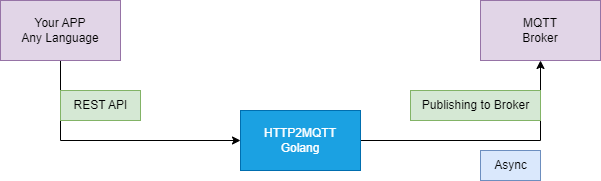
Earlier version of the draw.io export MQTT.png (azep-engineering/go-mqtt-publisher). Source tidied: cells renumbered, new cells last; positions are measured from the earlier drawing's top-left corner, leaving out a move shared by most shapes. Source of this version:
```xml
<mxGraphModel>
  <root>
    <mxCell id="0" />
    <mxCell id="1" parent="0" />
    <mxCell id="2" style="edgeStyle=orthogonalEdgeStyle;rounded=0;jettySize=auto;html=1;exitX=0.5;exitY=1;exitDx=0;exitDy=0;entryX=0;entryY=0.5;entryDx=0;entryDy=0;" parent="1" edge="1" source="3" target="6">
      <mxGeometry relative="1" as="geometry" />
    </mxCell>
    <mxCell id="3" value="Your APP&lt;br&gt;Any Language" style="rounded=0;whiteSpace=wrap;html=1;fillColor=#e1d5e7;strokeColor=#9673a6;" parent="1" vertex="1">
      <mxGeometry width="120" height="60" as="geometry" />
    </mxCell>
    <mxCell id="4" value="MQTT&lt;br&gt;Broker" style="rounded=0;whiteSpace=wrap;html=1;fillColor=#e1d5e7;strokeColor=#9673a6;" parent="1" vertex="1">
      <mxGeometry x="480" width="120" height="60" as="geometry" />
    </mxCell>
    <mxCell id="5" style="edgeStyle=orthogonalEdgeStyle;rounded=0;jettySize=auto;html=1;exitX=1;exitY=0.5;exitDx=0;exitDy=0;entryX=0.5;entryY=1;entryDx=0;entryDy=0;" parent="1" edge="1" source="6" target="4">
      <mxGeometry relative="1" as="geometry" />
    </mxCell>
    <mxCell id="6" value="HTTP2MQTT&lt;br&gt;Golang" style="rounded=0;whiteSpace=wrap;html=1;fillColor=#1ba1e2;strokeColor=#006EAF;fontColor=#ffffff;" parent="1" vertex="1">
      <mxGeometry x="240" y="110" width="120" height="60" as="geometry" />
    </mxCell>
    <mxCell id="7" value="REST API" style="text;html=1;align=center;verticalAlign=middle;strokeColor=#82b366;fillColor=#d5e8d4;" parent="1" vertex="1">
      <mxGeometry x="60" y="90" width="80" height="30" as="geometry" />
    </mxCell>
    <mxCell id="8" value="Publishing to Broker" style="text;html=1;align=center;verticalAlign=middle;strokeColor=#82b366;fillColor=#d5e8d4;" parent="1" vertex="1">
      <mxGeometry x="410" y="90" width="130" height="30" as="geometry" />
    </mxCell>
    <mxCell id="9" value="Async" style="text;html=1;align=center;verticalAlign=middle;strokeColor=#6c8ebf;fillColor=#dae8fc;" parent="1" vertex="1">
      <mxGeometry x="480" y="150" width="60" height="30" as="geometry" />
    </mxCell>
  </root>
</mxGraphModel>
```
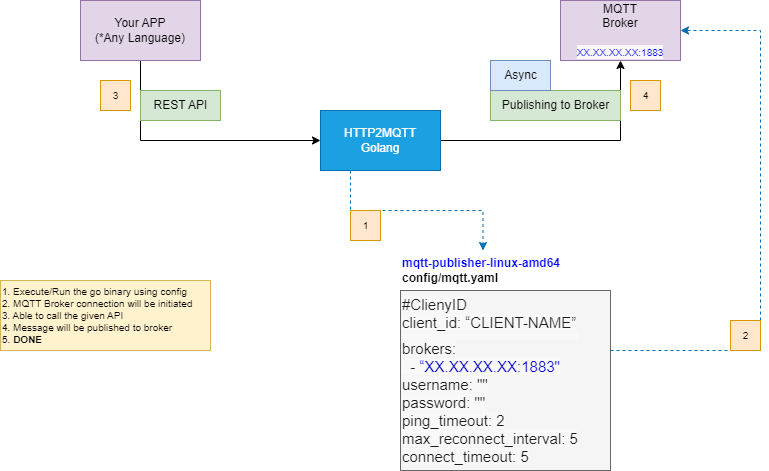
The same file after the commit.

What changed in the source:
```diff
@@ -5,15 +5,18 @@
     <mxCell id="2" style="edgeStyle=orthogonalEdgeStyle;rounded=0;jettySize=auto;html=1;exitX=0.5;exitY=1;exitDx=0;exitDy=0;entryX=0;entryY=0.5;entryDx=0;entryDy=0;" parent="1" edge="1" source="3" target="6">
       <mxGeometry relative="1" as="geometry" />
     </mxCell>
-    <mxCell id="3" value="Your APP&lt;br&gt;Any Language" style="rounded=0;whiteSpace=wrap;html=1;fillColor=#e1d5e7;strokeColor=#9673a6;" parent="1" vertex="1">
+    <mxCell id="3" value="Your APP&lt;br&gt;(*Any Language)" style="rounded=0;whiteSpace=wrap;html=1;fillColor=#e1d5e7;strokeColor=#9673a6;" parent="1" vertex="1">
       <mxGeometry width="120" height="60" as="geometry" />
     </mxCell>
-    <mxCell id="4" value="MQTT&lt;br&gt;Broker" style="rounded=0;whiteSpace=wrap;html=1;fillColor=#e1d5e7;strokeColor=#9673a6;" parent="1" vertex="1">
+    <mxCell id="4" value="MQTT&lt;br&gt;Broker&lt;br&gt;&lt;br&gt;&lt;span style=&quot;font-family: Slack-Lato, Slack-Fractions, appleLogo, sans-serif; font-variant-ligatures: common-ligatures; text-align: left; background-color: rgb(248, 248, 248);&quot;&gt;&lt;font color=&quot;#0000ff&quot; style=&quot;font-size: 10px;&quot;&gt;XX.XX.XX.XX:1883&lt;/font&gt;&lt;/span&gt;" style="rounded=0;whiteSpace=wrap;html=1;fillColor=#e1d5e7;strokeColor=#9673a6;" parent="1" vertex="1">
       <mxGeometry x="480" width="120" height="60" as="geometry" />
     </mxCell>
     <mxCell id="5" style="edgeStyle=orthogonalEdgeStyle;rounded=0;jettySize=auto;html=1;exitX=1;exitY=0.5;exitDx=0;exitDy=0;entryX=0.5;entryY=1;entryDx=0;entryDy=0;" parent="1" edge="1" source="6" target="4">
       <mxGeometry relative="1" as="geometry" />
     </mxCell>
+    <mxCell id="10" style="edgeStyle=orthogonalEdgeStyle;rounded=0;jettySize=auto;html=1;exitX=0.25;exitY=1;exitDx=0;exitDy=0;entryX=0.5;entryY=0;entryDx=0;entryDy=0;dashed=1;fillColor=#1ba1e2;strokeColor=#006EAF;" parent="1" edge="1" source="6" target="11">
+      <mxGeometry relative="1" as="geometry" />
+    </mxCell>
     <mxCell id="6" value="HTTP2MQTT&lt;br&gt;Golang" style="rounded=0;whiteSpace=wrap;html=1;fillColor=#1ba1e2;strokeColor=#006EAF;fontColor=#ffffff;" parent="1" vertex="1">
       <mxGeometry x="240" y="110" width="120" height="60" as="geometry" />
     </mxCell>
@@ -24,7 +27,36 @@
       <mxGeometry x="410" y="90" width="130" height="30" as="geometry" />
     </mxCell>
     <mxCell id="9" value="Async" style="text;html=1;align=center;verticalAlign=middle;strokeColor=#6c8ebf;fillColor=#dae8fc;" parent="1" vertex="1">
-      <mxGeometry x="480" y="150" width="60" height="30" as="geometry" />
+      <mxGeometry x="410" y="60" width="60" height="30" as="geometry" />
     </mxCell>
+    <mxCell id="11" value="&lt;font color=&quot;#0000ff&quot;&gt;&lt;b&gt;mqtt-publisher-linux-amd64&lt;br&gt;&lt;/b&gt;&lt;/font&gt;&lt;b&gt;config/mqtt.yaml&lt;/b&gt;" style="text;html=1;strokeColor=none;fillColor=none;align=left;verticalAlign=middle;whiteSpace=wrap;rounded=0;" parent="1" vertex="1">
+      <mxGeometry x="320" y="250" width="165" height="40" as="geometry" />
+    </mxCell>
+    <mxCell id="12" style="edgeStyle=orthogonalEdgeStyle;rounded=0;jettySize=auto;html=1;exitX=1;exitY=0.5;exitDx=0;exitDy=0;entryX=1;entryY=0.5;entryDx=0;entryDy=0;fontSize=10;fontColor=#0000FF;dashed=1;fillColor=#1ba1e2;strokeColor=#006EAF;" parent="1" edge="1" source="13" target="4">
+      <mxGeometry relative="1" as="geometry">
+        <Array as="points">
+          <mxPoint x="680" y="350" />
+          <mxPoint x="680" y="30" />
+        </Array>
+      </mxGeometry>
+    </mxCell>
+    <mxCell id="13" value="&lt;span style=&quot;color: rgb(29, 28, 29); font-family: Slack-Lato, Slack-Fractions, appleLogo, sans-serif; font-size: 15px; font-variant-ligatures: common-ligatures; background-color: rgb(248, 248, 248);&quot;&gt;#ClienyID&lt;/span&gt;&lt;br style=&quot;box-sizing: inherit; color: rgb(29, 28, 29); font-family: Slack-Lato, Slack-Fractions, appleLogo, sans-serif; font-size: 15px; font-variant-ligatures: common-ligatures; background-color: rgb(248, 248, 248);&quot;&gt;&lt;span style=&quot;color: rgb(29, 28, 29); font-family: Slack-Lato, Slack-Fractions, appleLogo, sans-serif; font-size: 15px; font-variant-ligatures: common-ligatures; background-color: rgb(248, 248, 248);&quot;&gt;client_id: “CLIENT-NAME”&lt;/span&gt;&lt;span style=&quot;box-sizing: inherit; display: block; height: 8px; color: rgb(29, 28, 29); font-family: Slack-Lato, Slack-Fractions, appleLogo, sans-serif; font-size: 15px; font-variant-ligatures: common-ligatures; background-color: rgb(248, 248, 248);&quot; class=&quot;c-mrkdwn__br&quot; aria-label=&quot;&quot;&gt;&lt;/span&gt;&lt;span style=&quot;color: rgb(29, 28, 29); font-family: Slack-Lato, Slack-Fractions, appleLogo, sans-serif; font-size: 15px; font-variant-ligatures: common-ligatures; background-color: rgb(248, 248, 248);&quot;&gt;brokers:&lt;/span&gt;&lt;br style=&quot;box-sizing: inherit; color: rgb(29, 28, 29); font-family: Slack-Lato, Slack-Fractions, appleLogo, sans-serif; font-size: 15px; font-variant-ligatures: common-ligatures; background-color: rgb(248, 248, 248);&quot;&gt;&lt;span style=&quot;color: rgb(29, 28, 29); font-family: Slack-Lato, Slack-Fractions, appleLogo, sans-serif; font-size: 15px; font-variant-ligatures: common-ligatures; background-color: rgb(248, 248, 248);&quot;&gt;&amp;nbsp;&amp;nbsp;- &lt;/span&gt;&lt;span style=&quot;font-family: Slack-Lato, Slack-Fractions, appleLogo, sans-serif; font-size: 15px; font-variant-ligatures: common-ligatures; background-color: rgb(248, 248, 248);&quot;&gt;&lt;font color=&quot;#0000cc&quot;&gt;“XX.XX.XX.XX:1883&quot;&lt;/font&gt;&lt;/span&gt;&lt;br style=&quot;box-sizing: inherit; color: rgb(29, 28, 29); font-family: Slack-Lato, Slack-Fractions, appleLogo, sans-serif; font-size: 15px; font-variant-ligatures: common-ligatures; background-color: rgb(248, 248, 248);&quot;&gt;&lt;span style=&quot;color: rgb(29, 28, 29); font-family: Slack-Lato, Slack-Fractions, appleLogo, sans-serif; font-size: 15px; font-variant-ligatures: common-ligatures; background-color: rgb(248, 248, 248);&quot;&gt;username: &quot;&quot;&lt;/span&gt;&lt;br style=&quot;box-sizing: inherit; color: rgb(29, 28, 29); font-family: Slack-Lato, Slack-Fractions, appleLogo, sans-serif; font-size: 15px; font-variant-ligatures: common-ligatures; background-color: rgb(248, 248, 248);&quot;&gt;&lt;span style=&quot;color: rgb(29, 28, 29); font-family: Slack-Lato, Slack-Fractions, appleLogo, sans-serif; font-size: 15px; font-variant-ligatures: common-ligatures; background-color: rgb(248, 248, 248);&quot;&gt;password: &quot;&quot;&lt;/span&gt;&lt;br style=&quot;box-sizing: inherit; color: rgb(29, 28, 29); font-family: Slack-Lato, Slack-Fractions, appleLogo, sans-serif; font-size: 15px; font-variant-ligatures: common-ligatures; background-color: rgb(248, 248, 248);&quot;&gt;&lt;span style=&quot;color: rgb(29, 28, 29); font-family: Slack-Lato, Slack-Fractions, appleLogo, sans-serif; font-size: 15px; font-variant-ligatures: common-ligatures; background-color: rgb(248, 248, 248);&quot;&gt;ping_timeout: 2&lt;/span&gt;&lt;br style=&quot;box-sizing: inherit; color: rgb(29, 28, 29); font-family: Slack-Lato, Slack-Fractions, appleLogo, sans-serif; font-size: 15px; font-variant-ligatures: common-ligatures; background-color: rgb(248, 248, 248);&quot;&gt;&lt;span style=&quot;color: rgb(29, 28, 29); font-family: Slack-Lato, Slack-Fractions, appleLogo, sans-serif; font-size: 15px; font-variant-ligatures: common-ligatures; background-color: rgb(248, 248, 248);&quot;&gt;max_reconnect_interval: 5&lt;/span&gt;&lt;br style=&quot;box-sizing: inherit; color: rgb(29, 28, 29); font-family: Slack-Lato, Slack-Fractions, appleLogo, sans-serif; font-size: 15px; font-variant-ligatures: common-ligatures; background-color: rgb(248, 248, 248);&quot;&gt;&lt;span style=&quot;color: rgb(29, 28, 29); font-family: Slack-Lato, Slack-Fractions, appleLogo, sans-serif; font-size: 15px; font-variant-ligatures: common-ligatures; background-color: rgb(248, 248, 248);&quot;&gt;connect_timeout: 5&lt;/span&gt;" style="rounded=0;whiteSpace=wrap;html=1;align=left;fillColor=#f5f5f5;fontColor=#333333;strokeColor=#666666;" parent="1" vertex="1">
+      <mxGeometry x="320" y="290" width="210" height="180" as="geometry" />
+    </mxCell>
+    <mxCell id="14" value="1" style="text;html=1;align=center;verticalAlign=middle;strokeColor=#d79b00;fillColor=#ffe6cc;fontSize=10;" parent="1" vertex="1">
+      <mxGeometry x="270" y="210" width="30" height="30" as="geometry" />
+    </mxCell>
+    <mxCell id="15" value="2" style="text;html=1;align=center;verticalAlign=middle;strokeColor=#d79b00;fillColor=#ffe6cc;fontSize=10;" parent="1" vertex="1">
+      <mxGeometry x="650" y="320" width="30" height="30" as="geometry" />
+    </mxCell>
+    <mxCell id="16" value="3" style="text;html=1;align=center;verticalAlign=middle;strokeColor=#d79b00;fillColor=#ffe6cc;fontSize=10;" parent="1" vertex="1">
+      <mxGeometry x="20" y="80" width="30" height="30" as="geometry" />
+    </mxCell>
+    <mxCell id="17" value="4" style="text;html=1;align=center;verticalAlign=middle;strokeColor=#d79b00;fillColor=#ffe6cc;fontSize=10;" parent="1" vertex="1">
+      <mxGeometry x="550" y="80" width="30" height="30" as="geometry" />
+    </mxCell>
+    <mxCell id="18" value="1. Execute/Run the go binary using config&lt;br&gt;2. MQTT Broker connection will be initiated&lt;br&gt;3. Able to call the given API&lt;br&gt;4. Message will be published to broker&lt;br&gt;&lt;div style=&quot;&quot;&gt;&lt;span style=&quot;background-color: initial;&quot;&gt;5. &lt;b&gt;DONE&amp;nbsp;&lt;/b&gt;&lt;/span&gt;&lt;/div&gt;" style="text;html=1;align=left;verticalAlign=middle;fillColor=#fff2cc;fontSize=10;strokeColor=#d6b656;" parent="1" vertex="1">
+      <mxGeometry x="-80" y="280" width="210" height="70" as="geometry" />
+    </mxCell>
   </root>
 </mxGraphModel>
```
